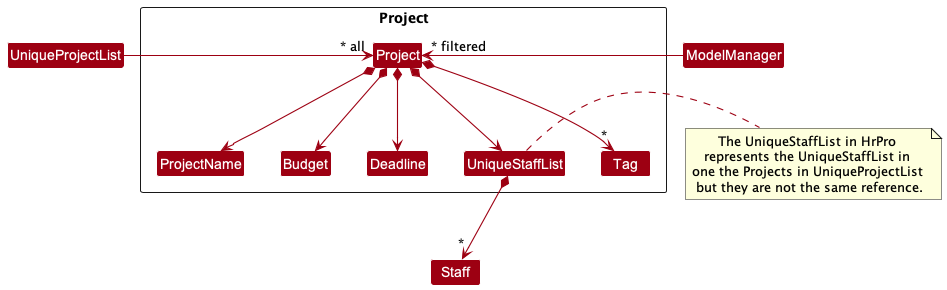
This is docs/images/ModelProjectClassDiagram.png from nus-cs2103-AY2223S1/tp, a PlantUML export, as it was before one commit.
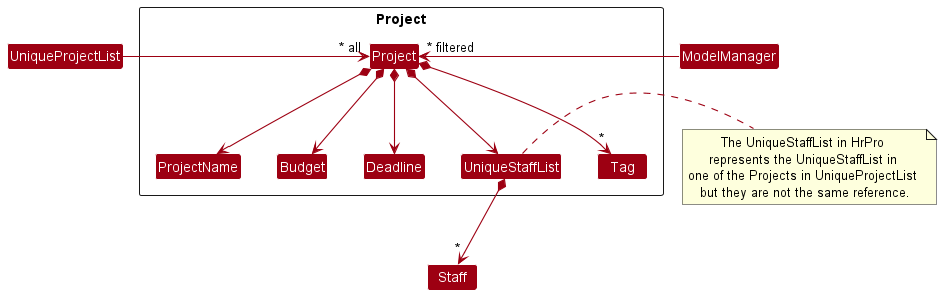
After the change.

Change to the diagram source:
```diff
@@ -32,5 +32,5 @@
 
 ModelManager -left->"~* filtered" Project
 
-note right of UniqueStaffList: The UniqueStaffList in HrPro \nrepresents the UniqueStaffList in \none the Projects in UniqueProjectList \nbut they are not the same reference.
+note right of UniqueStaffList: The UniqueStaffList in HrPro \nrepresents the UniqueStaffList in \none of the Projects in UniqueProjectList \nbut they are not the same reference.
 @enduml
```
